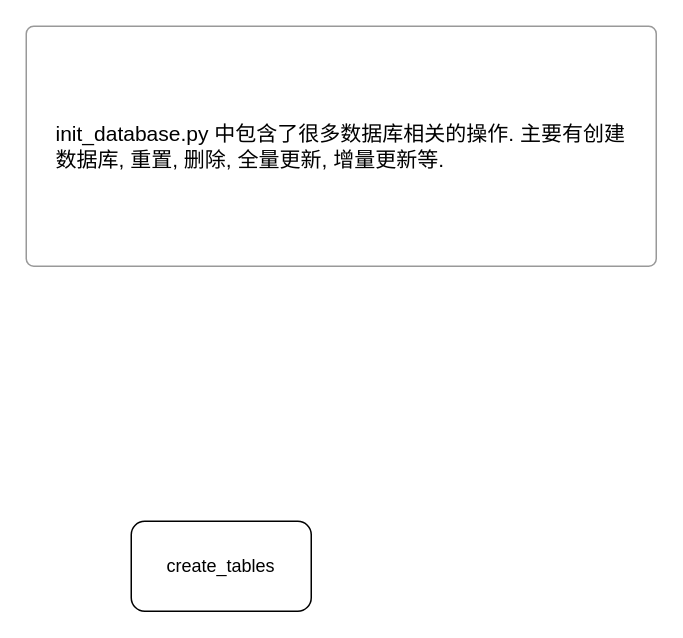
This is notebook/Langchain-Chatchat.drawio from zhenhua32/Langchain-Chatchat, a draw.io file, before an edit. Source tidied: cells renumbered, new cells numbered last; positions are measured from the earlier drawing's top-left corner, leaving out a move shared by most shapes. Both pictures are drawn from the tidied source at 150%, with x=0, y=0 at pixel (26, 26).
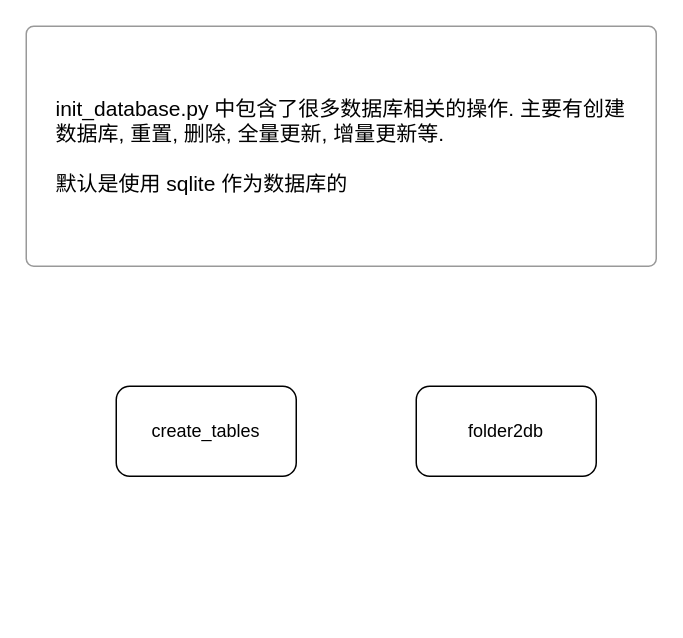
The same page after the edit.

What changed in the source:
```diff
@@
 <mxGraphModel>
   <root>
     <mxCell id="0" />
     <mxCell id="1" parent="0" />
     <mxCell id="2" value="create_tables" style="rounded=1;whiteSpace=wrap;html=1;" parent="1" vertex="1">
-      <mxGeometry x="70" y="330" width="120" height="60" as="geometry" />
+      <mxGeometry x="60" y="240" width="120" height="60" as="geometry" />
     </mxCell>
-    <mxCell id="3" value="&lt;font color=&quot;#000000&quot;&gt;init_database.py 中包含了很多数据库相关的操作. 主要有创建数据库, 重置, 删除, 全量更新, 增量更新等.&lt;/font&gt;" style="html=1;shadow=0;dashed=0;shape=mxgraph.bootstrap.rrect;rSize=5;strokeColor=#999999;strokeWidth=1;fillColor=#FFFFFF;fontColor=#6C767D;whiteSpace=wrap;align=left;verticalAlign=middle;spacingLeft=10;fontSize=14;spacing=10;" parent="1" vertex="1">
+    <mxCell id="3" value="&lt;font color=&quot;#000000&quot;&gt;init_database.py 中包含了很多数据库相关的操作. 主要有创建数据库, 重置, 删除, 全量更新, 增量更新等.&lt;br&gt;&lt;br&gt;默认是使用 sqlite 作为数据库的&lt;br&gt;&lt;/font&gt;" style="html=1;shadow=0;dashed=0;shape=mxgraph.bootstrap.rrect;rSize=5;strokeColor=#999999;strokeWidth=1;fillColor=#FFFFFF;fontColor=#6C767D;whiteSpace=wrap;align=left;verticalAlign=middle;spacingLeft=10;fontSize=14;spacing=10;" parent="1" vertex="1">
       <mxGeometry width="420" height="160" as="geometry" />
     </mxCell>
+    <mxCell id="4" value="folder2db" style="rounded=1;whiteSpace=wrap;html=1;" parent="1" vertex="1">
+      <mxGeometry x="260" y="240" width="120" height="60" as="geometry" />
+    </mxCell>
   </root>
 </mxGraphModel>
```
